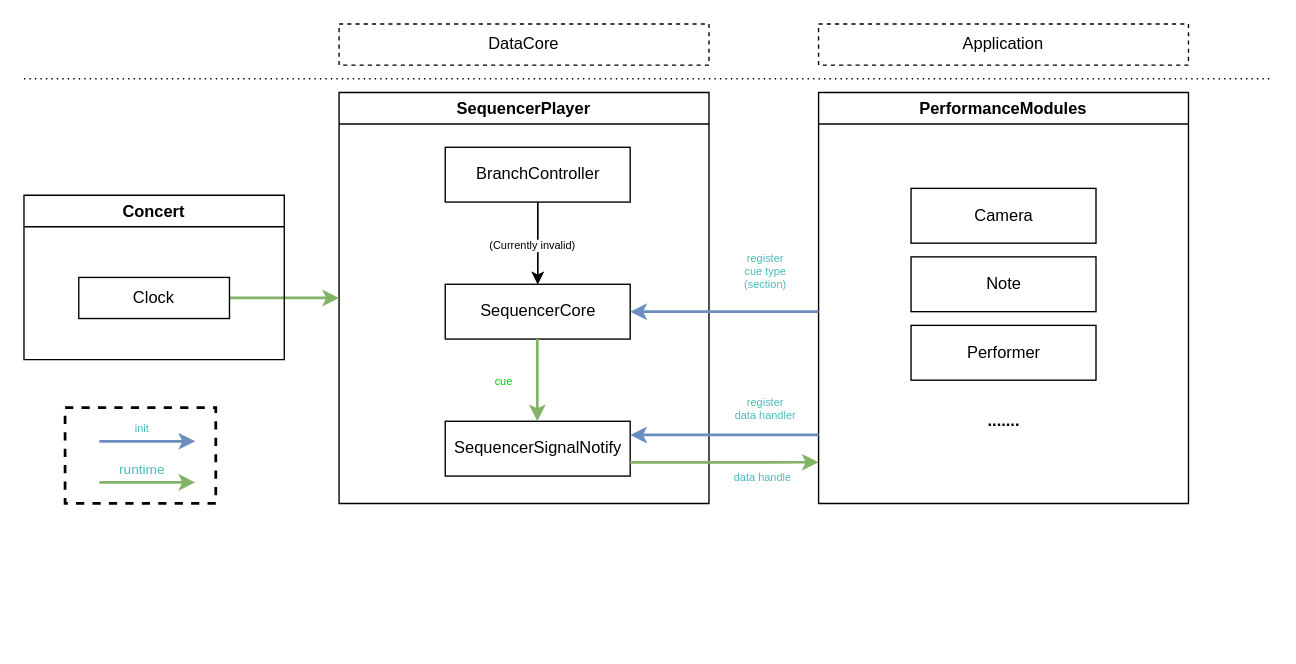
The draw.io diagram Untitled Diagram.drawio in MaohuanLiu/learngit, before the edit. Source tidied: cells renumbered, new cells numbered last; positions are measured from the earlier drawing's top-left corner, leaving out a move shared by most shapes. Both pictures are drawn from the tidied source at 137%, with x=0, y=0 at pixel (23, 23).
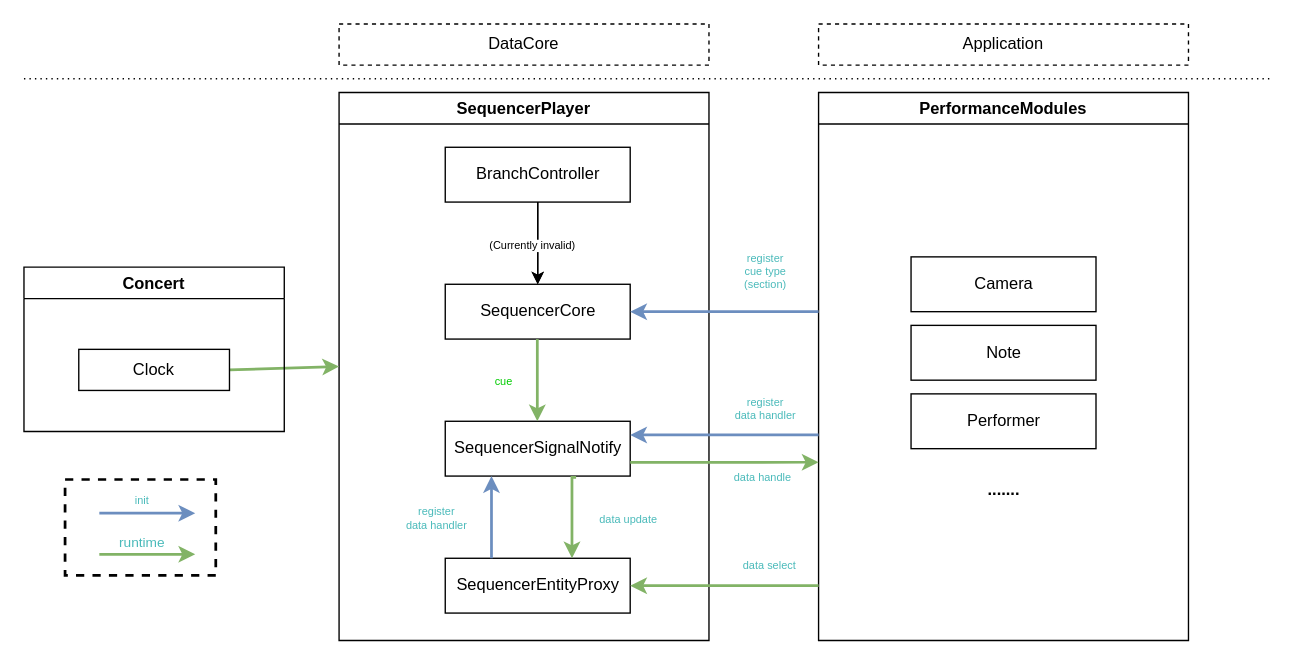
Above is the later version.

The change refers to these unchanged cells:
```xml
<mxCell id="6" value="SequencerSignalNotify" style="rounded=0;whiteSpace=wrap;html=1;direction=west;" parent="2" vertex="1">
  <mxGeometry x="77.5" y="240" width="135" height="40" as="geometry" />
</mxCell>
```

What changed in the source:
```diff
@@
     <mxCell id="2" value="SequencerPlayer" style="swimlane;fillColor=#ffffff;" parent="1" vertex="1">
-      <mxGeometry x="230" y="50" width="270" height="300" as="geometry" />
+      <mxGeometry x="230" y="50" width="270" height="400" as="geometry" />
     </mxCell>
@@
+    <mxCell id="33" value="SequencerEntityProxy" style="rounded=0;direction=west;whiteSpace=wrap;html=1;" parent="2" vertex="1">
+      <mxGeometry x="77.5" y="340" width="135" height="40" as="geometry" />
+    </mxCell>
+    <mxCell id="34" style="endArrow=classic;html=1;fontSize=8;fontColor=#000000;strokeWidth=2;entryX=0.75;entryY=0;entryDx=0;entryDy=0;fillColor=#dae8fc;strokeColor=#6c8ebf;exitX=0.75;exitY=1;exitDx=0;exitDy=0;" parent="2" edge="1" source="33" target="6">
+      <mxGeometry relative="1" as="geometry" />
+    </mxCell>
+    <mxCell id="35" value="register&lt;br&gt;data handler" style="edgeLabel;html=1;align=center;verticalAlign=middle;fontSize=8;fontColor=#4ABABA;" parent="34" vertex="1">
+      <mxGeometry x="-0.46" y="1" relative="1" as="geometry">
+        <mxPoint x="-40" y="-14" as="offset" />
+      </mxGeometry>
+    </mxCell>
@@
     <mxCell id="12" value="PerformanceModules" style="swimlane;fillColor=#ffffff;" parent="1" vertex="1">
-      <mxGeometry x="580" y="50" width="270" height="300" as="geometry" />
+      <mxGeometry x="580" y="50" width="270" height="400" as="geometry" />
     </mxCell>
     <mxCell id="13" value="Camera" style="rounded=0;whiteSpace=wrap;html=1;direction=west;" parent="12" vertex="1">
-      <mxGeometry x="67.5" y="70" width="135" height="40" as="geometry" />
+      <mxGeometry x="67.5" y="120" width="135" height="40" as="geometry" />
     </mxCell>
     <mxCell id="14" value="Note" style="rounded=0;direction=west;whiteSpace=wrap;html=1;" parent="12" vertex="1">
-      <mxGeometry x="67.5" y="120" width="135" height="40" as="geometry" />
+      <mxGeometry x="67.5" y="170" width="135" height="40" as="geometry" />
     </mxCell>
     <mxCell id="15" value="Performer" style="rounded=0;whiteSpace=wrap;html=1;direction=west;" parent="12" vertex="1">
-      <mxGeometry x="67.5" y="170" width="135" height="40" as="geometry" />
+      <mxGeometry x="67.5" y="220" width="135" height="40" as="geometry" />
     </mxCell>
     <mxCell id="16" value="&lt;b&gt;.......&lt;/b&gt;" style="rounded=0;whiteSpace=wrap;html=1;direction=west;strokeColor=none;fillColor=none;" parent="12" vertex="1">
-      <mxGeometry x="67.5" y="220" width="135" height="40" as="geometry" />
+      <mxGeometry x="67.5" y="270" width="135" height="40" as="geometry" />
     </mxCell>
@@
     <mxCell id="20" value="Concert" style="swimlane;fillColor=#ffffff;" parent="1" vertex="1">
-      <mxGeometry y="125" width="190" height="120" as="geometry" />
+      <mxGeometry y="177.5" width="190" height="120" as="geometry" />
     </mxCell>
@@
     <mxCell id="28" style="endArrow=classic;html=1;fontSize=8;fontColor=#000000;strokeWidth=2;entryX=0;entryY=0.75;entryDx=0;entryDy=0;fillColor=#dae8fc;strokeColor=#6c8ebf;" parent="1" edge="1">
       <mxGeometry relative="1" as="geometry">
-        <mxPoint x="55" y="304.6" as="sourcePoint" />
-        <mxPoint x="125" y="304.6" as="targetPoint" />
+        <mxPoint x="55" y="357.1" as="sourcePoint" />
+        <mxPoint x="125" y="357.1" as="targetPoint" />
       </mxGeometry>
     </mxCell>
@@
     <mxCell id="30" style="endArrow=classic;html=1;exitX=1;exitY=0.5;exitDx=0;exitDy=0;fillColor=#d5e8d4;strokeColor=#82b366;strokeWidth=2;" parent="1" edge="1">
       <mxGeometry relative="1" as="geometry">
-        <mxPoint x="55" y="334.6" as="sourcePoint" />
-        <mxPoint x="125" y="334.6" as="targetPoint" />
+        <mxPoint x="55" y="387.1" as="sourcePoint" />
+        <mxPoint x="125" y="387.1" as="targetPoint" />
       </mxGeometry>
     </mxCell>
@@
     <mxCell id="32" style="rounded=0;whiteSpace=wrap;html=1;dashed=1;fillColor=none;strokeWidth=2;" parent="1" vertex="1">
-      <mxGeometry x="30" y="280" width="110" height="70" as="geometry" />
+      <mxGeometry x="30" y="332.5" width="110" height="70" as="geometry" />
     </mxCell>
+    <mxCell id="36" style="edgeStyle=orthogonalEdgeStyle;rounded=0;orthogonalLoop=1;jettySize=auto;html=1;fontSize=10;fontColor=#000000;strokeWidth=2;fillColor=#d5e8d4;strokeColor=#82b366;fontStyle=0;" parent="1" edge="1">
+      <mxGeometry relative="1" as="geometry">
+        <mxPoint x="403" y="331" as="sourcePoint" />
+        <mxPoint x="400" y="390" as="targetPoint" />
+        <Array as="points">
+          <mxPoint x="400" y="331" />
+          <mxPoint x="400" y="390" />
+        </Array>
+      </mxGeometry>
+    </mxCell>
+    <mxCell id="37" value="data update" style="edgeLabel;html=1;align=center;verticalAlign=middle;fontSize=8;fontColor=#4ABABA;" parent="36" vertex="1">
+      <mxGeometry x="0.39" y="-3" relative="1" as="geometry">
+        <mxPoint x="43" y="-10" as="offset" />
+      </mxGeometry>
+    </mxCell>
+    <mxCell id="38" style="endArrow=classic;html=1;exitX=1;exitY=0.5;exitDx=0;exitDy=0;fillColor=#d5e8d4;strokeColor=#82b366;strokeWidth=2;entryX=0;entryY=0.5;entryDx=0;entryDy=0;" parent="1" edge="1" target="33">
+      <mxGeometry relative="1" as="geometry">
+        <mxPoint x="580" y="410" as="sourcePoint" />
+      </mxGeometry>
+    </mxCell>
+    <mxCell id="39" value="data select" style="edgeLabel;html=1;align=center;verticalAlign=middle;fontSize=8;fontColor=#4ABABA;" parent="1" vertex="1">
+      <mxGeometry x="510" y="410" as="geometry">
+        <mxPoint x="33" y="-16" as="offset" />
+      </mxGeometry>
+    </mxCell>
```
